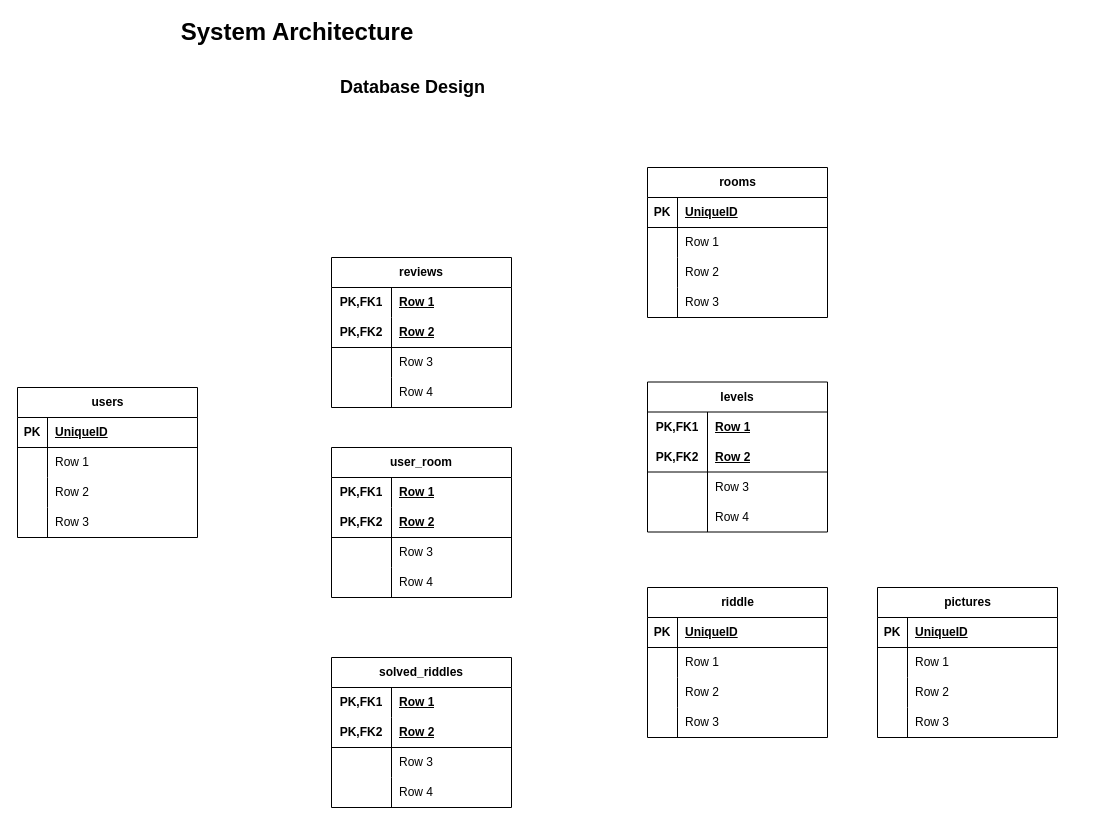
Earlier version of the draw.io diagram page "Page-2" (2 of 2) of jigsaw.drawio (esa-kian/jigsaw). Source tidied: cells renumbered, new cells numbered last; positions are measured from the earlier drawing's top-left corner, leaving out a move shared by most shapes. Both pictures are drawn from the tidied source at 100%, with x=0, y=0 at pixel (17, 17).
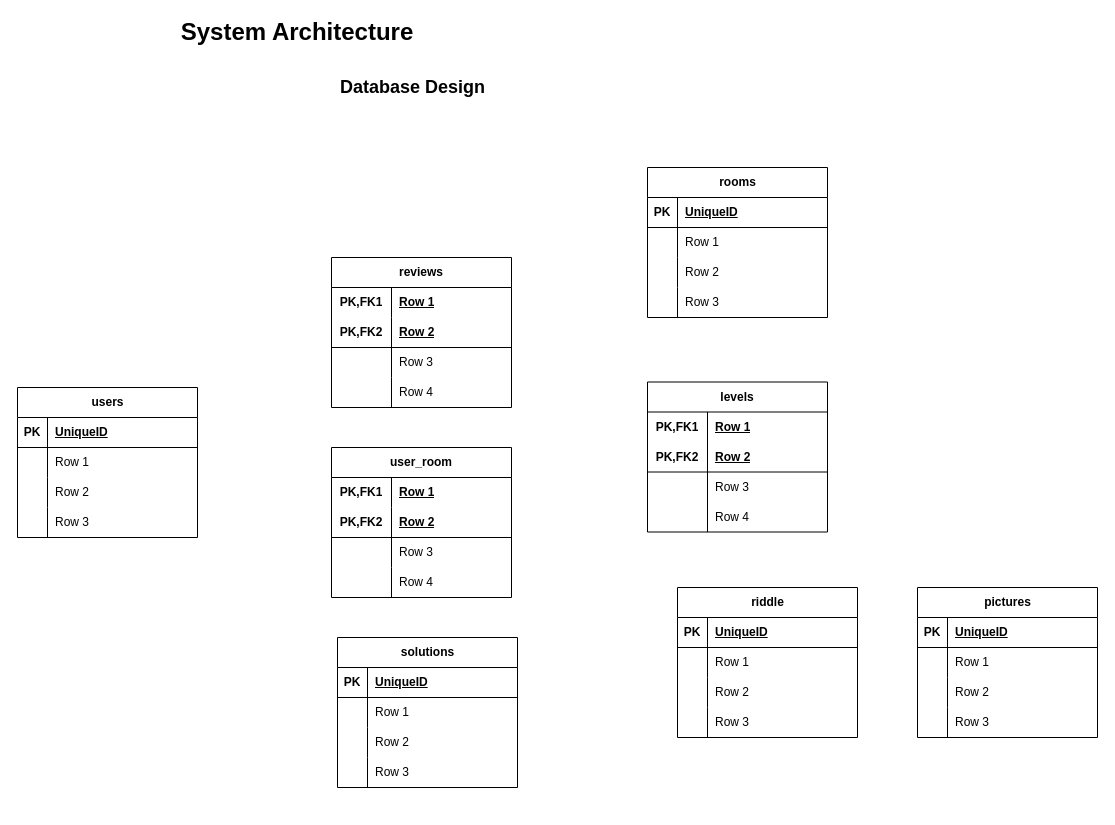
The same page after the edit.

Commit message:
solutions table added

Diff of the diagram source:
```diff
@@
     <mxCell id="43" value="riddle" style="shape=table;startSize=30;childLayout=tableLayout;rowLines=0;fontStyle=1;align=center;html=1;" parent="1" vertex="1">
-      <mxGeometry x="630" y="570" width="180" height="150" as="geometry" />
+      <mxGeometry x="660" y="570" width="180" height="150" as="geometry" />
     </mxCell>
@@
-    <mxCell id="56" value="solved_riddles" style="shape=table;startSize=30;childLayout=tableLayout;rowLines=0;fontStyle=1;align=center;html=1;whiteSpace=wrap;" parent="1" vertex="1">
-      <mxGeometry x="314" y="640" width="180" height="150" as="geometry" />
-    </mxCell>
-    <mxCell id="57" style="shape=tableRow;horizontal=0;startSize=0;swimlaneHead=0;swimlaneBody=0;fillColor=none;top=0;left=0;right=0;bottom=0;html=1;" parent="56" vertex="1">
-      <mxGeometry y="30" width="180" height="30" as="geometry" />
-    </mxCell>
-    <mxCell id="58" value="PK,FK1" style="shape=partialRectangle;fillColor=none;top=0;left=0;bottom=0;right=0;fontStyle=1;overflow=hidden;html=1;whiteSpace=wrap;" parent="57" vertex="1">
-      <mxGeometry width="60" height="30" as="geometry" />
-    </mxCell>
-    <mxCell id="59" value="Row 1" style="shape=partialRectangle;fillColor=none;top=0;left=0;bottom=0;right=0;align=left;spacingLeft=6;fontStyle=5;overflow=hidden;html=1;whiteSpace=wrap;" parent="57" vertex="1">
-      <mxGeometry x="60" width="120" height="30" as="geometry" />
-    </mxCell>
-    <mxCell id="60" style="shape=tableRow;horizontal=0;startSize=0;swimlaneHead=0;swimlaneBody=0;fillColor=none;top=0;left=0;right=0;bottom=1;html=1;" parent="56" vertex="1">
-      <mxGeometry y="60" width="180" height="30" as="geometry" />
-    </mxCell>
-    <mxCell id="61" value="PK,FK2" style="shape=partialRectangle;fillColor=none;top=0;left=0;bottom=0;right=0;fontStyle=1;overflow=hidden;html=1;whiteSpace=wrap;" parent="60" vertex="1">
-      <mxGeometry width="60" height="30" as="geometry" />
-    </mxCell>
-    <mxCell id="62" value="Row 2" style="shape=partialRectangle;fillColor=none;top=0;left=0;bottom=0;right=0;align=left;spacingLeft=6;fontStyle=5;overflow=hidden;html=1;whiteSpace=wrap;" parent="60" vertex="1">
-      <mxGeometry x="60" width="120" height="30" as="geometry" />
-    </mxCell>
-    <mxCell id="63" style="shape=tableRow;horizontal=0;startSize=0;swimlaneHead=0;swimlaneBody=0;fillColor=none;top=0;left=0;right=0;bottom=0;html=1;" parent="56" vertex="1">
-      <mxGeometry y="90" width="180" height="30" as="geometry" />
-    </mxCell>
-    <mxCell id="64" style="shape=partialRectangle;fillColor=none;top=0;left=0;bottom=0;right=0;overflow=hidden;html=1;whiteSpace=wrap;" parent="63" vertex="1">
-      <mxGeometry width="60" height="30" as="geometry" />
-    </mxCell>
-    <mxCell id="65" value="Row 3" style="shape=partialRectangle;fillColor=none;top=0;left=0;bottom=0;right=0;align=left;spacingLeft=6;overflow=hidden;html=1;whiteSpace=wrap;" parent="63" vertex="1">
-      <mxGeometry x="60" width="120" height="30" as="geometry" />
-    </mxCell>
-    <mxCell id="66" style="shape=tableRow;horizontal=0;startSize=0;swimlaneHead=0;swimlaneBody=0;fillColor=none;top=0;left=0;right=0;bottom=0;html=1;" parent="56" vertex="1">
-      <mxGeometry y="120" width="180" height="30" as="geometry" />
-    </mxCell>
-    <mxCell id="67" style="shape=partialRectangle;fillColor=none;top=0;left=0;bottom=0;right=0;overflow=hidden;html=1;whiteSpace=wrap;" parent="66" vertex="1">
-      <mxGeometry width="60" height="30" as="geometry" />
-    </mxCell>
-    <mxCell id="68" value="Row 4" style="shape=partialRectangle;fillColor=none;top=0;left=0;bottom=0;right=0;align=left;spacingLeft=6;overflow=hidden;html=1;whiteSpace=wrap;" parent="66" vertex="1">
-      <mxGeometry x="60" width="120" height="30" as="geometry" />
-    </mxCell>
@@
     <mxCell id="95" value="pictures" style="shape=table;startSize=30;childLayout=tableLayout;rowLines=0;fontStyle=1;align=center;html=1;" parent="1" vertex="1">
-      <mxGeometry x="860" y="570" width="180" height="150" as="geometry" />
+      <mxGeometry x="900" y="570" width="180" height="150" as="geometry" />
     </mxCell>
@@
+    <mxCell id="108" value="solutions" style="shape=table;startSize=30;childLayout=tableLayout;rowLines=0;fontStyle=1;align=center;html=1;" parent="1" vertex="1">
+      <mxGeometry x="320" y="620" width="180" height="150" as="geometry" />
+    </mxCell>
+    <mxCell id="109" style="shape=tableRow;horizontal=0;startSize=0;swimlaneHead=0;swimlaneBody=0;fillColor=none;top=0;left=0;right=0;bottom=1;" parent="108" vertex="1">
+      <mxGeometry y="30" width="180" height="30" as="geometry" />
+    </mxCell>
+    <mxCell id="110" value="PK" style="shape=partialRectangle;fillColor=none;top=0;left=0;bottom=0;right=0;fontStyle=1;overflow=hidden;whiteSpace=wrap;html=1;" parent="109" vertex="1">
+      <mxGeometry width="30" height="30" as="geometry" />
+    </mxCell>
+    <mxCell id="111" value="UniqueID" style="shape=partialRectangle;fillColor=none;top=0;left=0;bottom=0;right=0;align=left;spacingLeft=6;fontStyle=5;overflow=hidden;whiteSpace=wrap;html=1;" parent="109" vertex="1">
+      <mxGeometry x="30" width="150" height="30" as="geometry" />
+    </mxCell>
+    <mxCell id="112" style="shape=tableRow;horizontal=0;startSize=0;swimlaneHead=0;swimlaneBody=0;fillColor=none;top=0;left=0;right=0;bottom=0;" parent="108" vertex="1">
+      <mxGeometry y="60" width="180" height="30" as="geometry" />
+    </mxCell>
+    <mxCell id="113" style="shape=partialRectangle;fillColor=none;top=0;left=0;bottom=0;right=0;overflow=hidden;whiteSpace=wrap;html=1;" parent="112" vertex="1">
+      <mxGeometry width="30" height="30" as="geometry" />
+    </mxCell>
+    <mxCell id="59" value="Row 1" style="shape=partialRectangle;fillColor=none;top=0;left=0;bottom=0;right=0;align=left;spacingLeft=6;overflow=hidden;whiteSpace=wrap;html=1;" parent="112" vertex="1">
+      <mxGeometry x="30" width="150" height="30" as="geometry" />
+    </mxCell>
+    <mxCell id="114" style="shape=tableRow;horizontal=0;startSize=0;swimlaneHead=0;swimlaneBody=0;fillColor=none;top=0;left=0;right=0;bottom=0;" parent="108" vertex="1">
+      <mxGeometry y="90" width="180" height="30" as="geometry" />
+    </mxCell>
+    <mxCell id="115" style="shape=partialRectangle;fillColor=none;top=0;left=0;bottom=0;right=0;overflow=hidden;whiteSpace=wrap;html=1;" parent="114" vertex="1">
+      <mxGeometry width="30" height="30" as="geometry" />
+    </mxCell>
+    <mxCell id="62" value="Row 2" style="shape=partialRectangle;fillColor=none;top=0;left=0;bottom=0;right=0;align=left;spacingLeft=6;overflow=hidden;whiteSpace=wrap;html=1;" parent="114" vertex="1">
+      <mxGeometry x="30" width="150" height="30" as="geometry" />
+    </mxCell>
+    <mxCell id="116" style="shape=tableRow;horizontal=0;startSize=0;swimlaneHead=0;swimlaneBody=0;fillColor=none;top=0;left=0;right=0;bottom=0;" parent="108" vertex="1">
+      <mxGeometry y="120" width="180" height="30" as="geometry" />
+    </mxCell>
+    <mxCell id="117" style="shape=partialRectangle;fillColor=none;top=0;left=0;bottom=0;right=0;overflow=hidden;whiteSpace=wrap;html=1;" parent="116" vertex="1">
+      <mxGeometry width="30" height="30" as="geometry" />
+    </mxCell>
+    <mxCell id="65" value="Row 3" style="shape=partialRectangle;fillColor=none;top=0;left=0;bottom=0;right=0;align=left;spacingLeft=6;overflow=hidden;whiteSpace=wrap;html=1;" parent="116" vertex="1">
+      <mxGeometry x="30" width="150" height="30" as="geometry" />
+    </mxCell>
```
